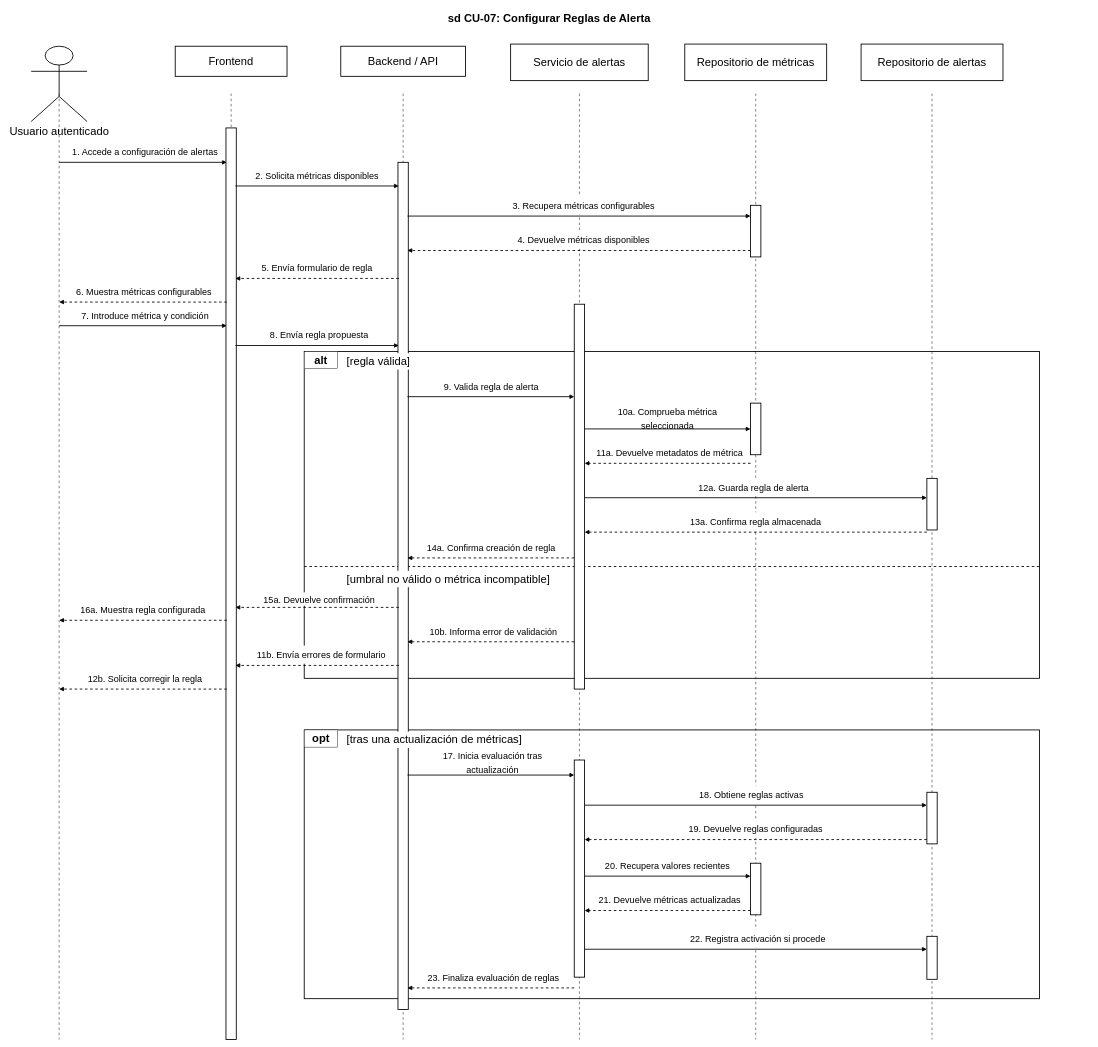
Before: docs/memoria/diagrams/secuencia-cu07-configurar-reglas-alerta.drawio in Bania1/nuvlo-agile-dashboard, a draw.io diagram. Source tidied: cells renumbered, new cells numbered last; positions are measured from the earlier drawing's top-left corner, leaving out a move shared by most shapes. Both pictures are drawn from the tidied source at 43%, with x=0, y=0 at pixel (7, 7).
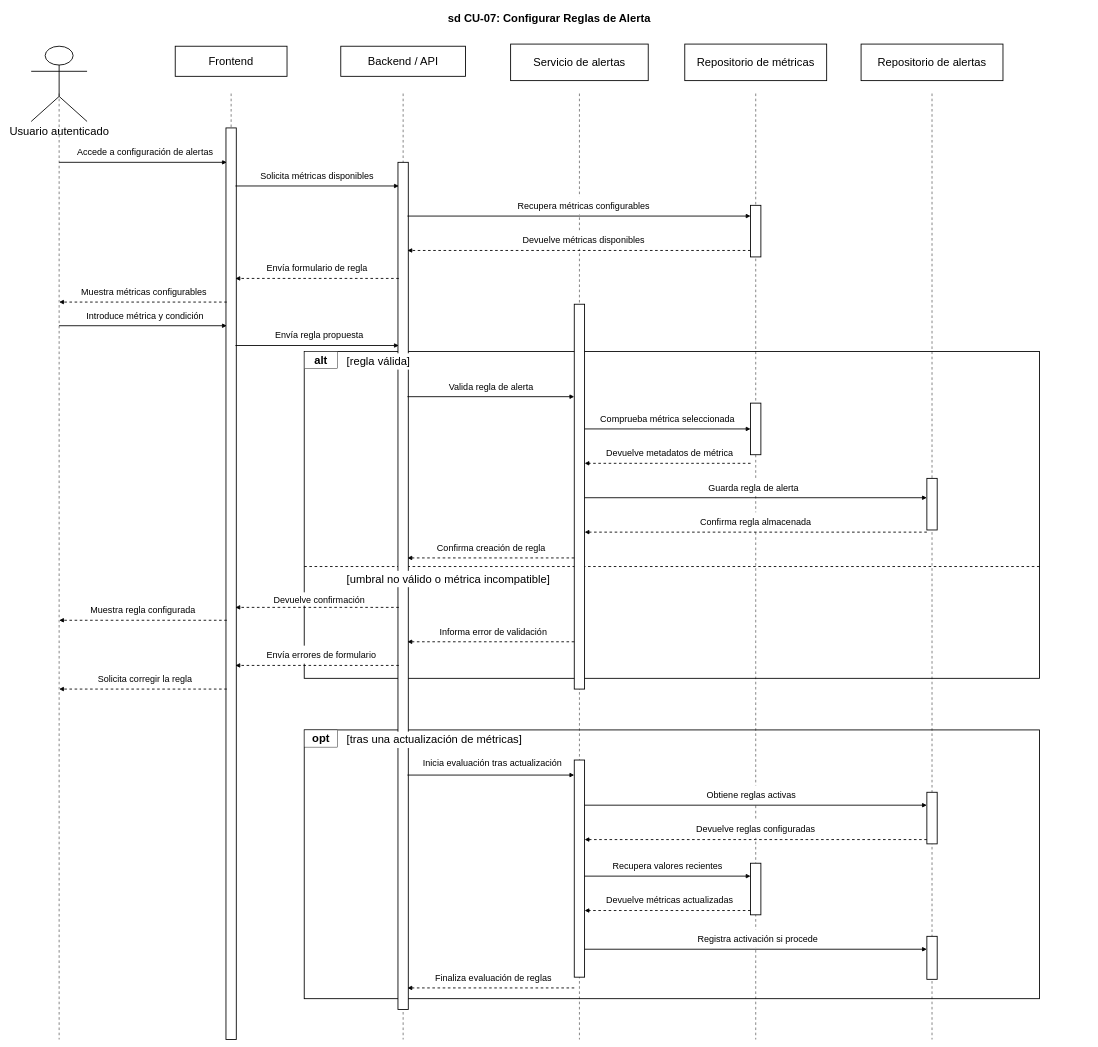
After the change.

Diff of the diagram source:
```diff
@@
-    <mxCell id="31" value="&lt;font style=&quot;font-size: 21px;&quot;&gt;1. Accede a configuración de alertas&lt;/font&gt;" style="text;html=1;strokeColor=none;fillColor=#ffffff;align=center;verticalAlign=middle;whiteSpace=wrap;rounded=0;fontSize=26;fontFamily=Helvetica;fontColor=#000000;spacing=4;" parent="1" vertex="1">
+    <mxCell id="31" value="&lt;font style=&quot;font-size: 21px;&quot;&gt;Accede a configuración de alertas&lt;/font&gt;" style="text;html=1;strokeColor=none;fillColor=#ffffff;align=center;verticalAlign=middle;whiteSpace=wrap;rounded=0;fontSize=26;fontFamily=Helvetica;fontColor=#000000;spacing=4;" parent="1" vertex="1">
       <mxGeometry x="140" y="314" width="360" height="42" as="geometry" />
     </mxCell>
@@
-    <mxCell id="33" value="&lt;font style=&quot;font-size: 21px;&quot;&gt;2. Solicita métricas disponibles&lt;/font&gt;" style="text;html=1;strokeColor=none;fillColor=#ffffff;align=center;verticalAlign=middle;whiteSpace=wrap;rounded=0;fontSize=26;fontFamily=Helvetica;fontColor=#000000;spacing=4;" parent="1" vertex="1">
+    <mxCell id="33" value="&lt;font style=&quot;font-size: 21px;&quot;&gt;Solicita métricas disponibles&lt;/font&gt;" style="text;html=1;strokeColor=none;fillColor=#ffffff;align=center;verticalAlign=middle;whiteSpace=wrap;rounded=0;fontSize=26;fontFamily=Helvetica;fontColor=#000000;spacing=4;" parent="1" vertex="1">
       <mxGeometry x="545" y="369" width="350" height="42" as="geometry" />
     </mxCell>
@@
-    <mxCell id="35" value="&lt;font style=&quot;font-size: 21px;&quot;&gt;3. Recupera métricas configurables&lt;/font&gt;" style="text;html=1;strokeColor=none;fillColor=#ffffff;align=center;verticalAlign=middle;whiteSpace=wrap;rounded=0;fontSize=26;fontFamily=Helvetica;fontColor=#000000;spacing=4;" parent="1" vertex="1">
+    <mxCell id="35" value="&lt;font style=&quot;font-size: 21px;&quot;&gt;Recupera métricas configurables&lt;/font&gt;" style="text;html=1;strokeColor=none;fillColor=#ffffff;align=center;verticalAlign=middle;whiteSpace=wrap;rounded=0;fontSize=26;fontFamily=Helvetica;fontColor=#000000;spacing=4;" parent="1" vertex="1">
       <mxGeometry x="1145" y="439" width="390" height="42" as="geometry" />
     </mxCell>
@@
-    <mxCell id="37" value="&lt;font style=&quot;font-size: 21px;&quot;&gt;4. Devuelve métricas disponibles&lt;/font&gt;" style="text;html=1;strokeColor=none;fillColor=#ffffff;align=center;verticalAlign=middle;whiteSpace=wrap;rounded=0;fontSize=26;fontFamily=Helvetica;fontColor=#000000;spacing=4;" parent="1" vertex="1">
+    <mxCell id="37" value="&lt;font style=&quot;font-size: 21px;&quot;&gt;Devuelve métricas disponibles&lt;/font&gt;" style="text;html=1;strokeColor=none;fillColor=#ffffff;align=center;verticalAlign=middle;whiteSpace=wrap;rounded=0;fontSize=26;fontFamily=Helvetica;fontColor=#000000;spacing=4;" parent="1" vertex="1">
       <mxGeometry x="1145" y="519" width="390" height="42" as="geometry" />
     </mxCell>
@@
-    <mxCell id="39" value="&lt;font style=&quot;font-size: 21px;&quot;&gt;5. Envía formulario de regla&lt;/font&gt;" style="text;html=1;strokeColor=none;fillColor=#ffffff;align=center;verticalAlign=middle;whiteSpace=wrap;rounded=0;fontSize=26;fontFamily=Helvetica;fontColor=#000000;spacing=4;" parent="1" vertex="1">
+    <mxCell id="39" value="&lt;font style=&quot;font-size: 21px;&quot;&gt;Envía formulario de regla&lt;/font&gt;" style="text;html=1;strokeColor=none;fillColor=#ffffff;align=center;verticalAlign=middle;whiteSpace=wrap;rounded=0;fontSize=26;fontFamily=Helvetica;fontColor=#000000;spacing=4;" parent="1" vertex="1">
       <mxGeometry x="555" y="584" width="330" height="42" as="geometry" />
     </mxCell>
@@
-    <mxCell id="41" value="&lt;font style=&quot;font-size: 21px;&quot;&gt;6. Muestra métricas configurables&lt;/font&gt;" style="text;html=1;strokeColor=none;fillColor=#ffffff;align=center;verticalAlign=middle;whiteSpace=wrap;rounded=0;fontSize=26;fontFamily=Helvetica;fontColor=#000000;spacing=4;" parent="1" vertex="1">
+    <mxCell id="41" value="&lt;font style=&quot;font-size: 21px;&quot;&gt;Muestra métricas configurables&lt;/font&gt;" style="text;html=1;strokeColor=none;fillColor=#ffffff;align=center;verticalAlign=middle;whiteSpace=wrap;rounded=0;fontSize=26;fontFamily=Helvetica;fontColor=#000000;spacing=4;" parent="1" vertex="1">
       <mxGeometry x="135" y="639" width="365" height="42" as="geometry" />
     </mxCell>
@@
-    <mxCell id="43" value="&lt;font style=&quot;font-size: 21px;&quot;&gt;7. Introduce métrica y condición&lt;/font&gt;" style="text;html=1;strokeColor=none;fillColor=#ffffff;align=center;verticalAlign=middle;whiteSpace=wrap;rounded=0;fontSize=26;fontFamily=Helvetica;fontColor=#000000;spacing=4;" parent="1" vertex="1">
+    <mxCell id="43" value="&lt;font style=&quot;font-size: 21px;&quot;&gt;Introduce métrica y condición&lt;/font&gt;" style="text;html=1;strokeColor=none;fillColor=#ffffff;align=center;verticalAlign=middle;whiteSpace=wrap;rounded=0;fontSize=26;fontFamily=Helvetica;fontColor=#000000;spacing=4;" parent="1" vertex="1">
       <mxGeometry x="145" y="694" width="350" height="42" as="geometry" />
     </mxCell>
@@
-    <mxCell id="45" value="&lt;font style=&quot;font-size: 21px;&quot;&gt;8. Envía regla propuesta&lt;/font&gt;" style="text;html=1;strokeColor=none;fillColor=#ffffff;align=center;verticalAlign=middle;whiteSpace=wrap;rounded=0;fontSize=26;fontFamily=Helvetica;fontColor=#000000;spacing=4;" parent="1" vertex="1">
+    <mxCell id="45" value="&lt;font style=&quot;font-size: 21px;&quot;&gt;Envía regla propuesta&lt;/font&gt;" style="text;html=1;strokeColor=none;fillColor=#ffffff;align=center;verticalAlign=middle;whiteSpace=wrap;rounded=0;fontSize=26;fontFamily=Helvetica;fontColor=#000000;spacing=4;" parent="1" vertex="1">
       <mxGeometry x="570" y="740" width="310" height="42" as="geometry" />
     </mxCell>
@@
-    <mxCell id="47" value="&lt;font style=&quot;font-size: 21px;&quot;&gt;9. Valida regla de alerta&lt;/font&gt;" style="text;html=1;strokeColor=none;fillColor=#ffffff;align=center;verticalAlign=middle;whiteSpace=wrap;rounded=0;fontSize=26;fontFamily=Helvetica;fontColor=#000000;spacing=4;" parent="1" vertex="1">
+    <mxCell id="47" value="&lt;font style=&quot;font-size: 21px;&quot;&gt;Valida regla de alerta&lt;/font&gt;" style="text;html=1;strokeColor=none;fillColor=#ffffff;align=center;verticalAlign=middle;whiteSpace=wrap;rounded=0;fontSize=26;fontFamily=Helvetica;fontColor=#000000;spacing=4;" parent="1" vertex="1">
       <mxGeometry x="960" y="859" width="330" height="42" as="geometry" />
     </mxCell>
@@
-    <mxCell id="49" value="&lt;font style=&quot;font-size: 21px;&quot;&gt;10a. Comprueba métrica seleccionada&lt;/font&gt;" style="text;html=1;strokeColor=none;fillColor=#ffffff;align=center;verticalAlign=middle;whiteSpace=wrap;rounded=0;fontSize=26;fontFamily=Helvetica;fontColor=#000000;spacing=4;" parent="1" vertex="1">
+    <mxCell id="49" value="&lt;font style=&quot;font-size: 21px;&quot;&gt;Comprueba métrica seleccionada&lt;/font&gt;" style="text;html=1;strokeColor=none;fillColor=#ffffff;align=center;verticalAlign=middle;whiteSpace=wrap;rounded=0;fontSize=26;fontFamily=Helvetica;fontColor=#000000;spacing=4;" parent="1" vertex="1">
       <mxGeometry x="1360" y="934" width="350" height="42" as="geometry" />
     </mxCell>
@@
-    <mxCell id="51" value="&lt;font style=&quot;font-size: 21px;&quot;&gt;11a. Devuelve metadatos de métrica&lt;/font&gt;" style="text;html=1;strokeColor=none;fillColor=#ffffff;align=center;verticalAlign=middle;whiteSpace=wrap;rounded=0;fontSize=26;fontFamily=Helvetica;fontColor=#000000;spacing=4;" parent="1" vertex="1">
+    <mxCell id="51" value="&lt;font style=&quot;font-size: 21px;&quot;&gt;Devuelve metadatos de métrica&lt;/font&gt;" style="text;html=1;strokeColor=none;fillColor=#ffffff;align=center;verticalAlign=middle;whiteSpace=wrap;rounded=0;fontSize=26;fontFamily=Helvetica;fontColor=#000000;spacing=4;" parent="1" vertex="1">
       <mxGeometry x="1360" y="1014" width="360" height="42" as="geometry" />
     </mxCell>
@@
-    <mxCell id="53" value="&lt;font style=&quot;font-size: 21px;&quot;&gt;12a. Guarda regla de alerta&lt;/font&gt;" style="text;html=1;strokeColor=none;fillColor=#ffffff;align=center;verticalAlign=middle;whiteSpace=wrap;rounded=0;fontSize=26;fontFamily=Helvetica;fontColor=#000000;spacing=4;" parent="1" vertex="1">
+    <mxCell id="53" value="&lt;font style=&quot;font-size: 21px;&quot;&gt;Guarda regla de alerta&lt;/font&gt;" style="text;html=1;strokeColor=none;fillColor=#ffffff;align=center;verticalAlign=middle;whiteSpace=wrap;rounded=0;fontSize=26;fontFamily=Helvetica;fontColor=#000000;spacing=4;" parent="1" vertex="1">
       <mxGeometry x="1560" y="1094" width="350" height="42" as="geometry" />
     </mxCell>
@@
-    <mxCell id="55" value="&lt;font style=&quot;font-size: 21px;&quot;&gt;13a. Confirma regla almacenada&lt;/font&gt;" style="text;html=1;strokeColor=none;fillColor=#ffffff;align=center;verticalAlign=middle;whiteSpace=wrap;rounded=0;fontSize=26;fontFamily=Helvetica;fontColor=#000000;spacing=4;" parent="1" vertex="1">
+    <mxCell id="55" value="&lt;font style=&quot;font-size: 21px;&quot;&gt;Confirma regla almacenada&lt;/font&gt;" style="text;html=1;strokeColor=none;fillColor=#ffffff;align=center;verticalAlign=middle;whiteSpace=wrap;rounded=0;fontSize=26;fontFamily=Helvetica;fontColor=#000000;spacing=4;" parent="1" vertex="1">
       <mxGeometry x="1560" y="1174" width="360" height="42" as="geometry" />
     </mxCell>
@@
-    <mxCell id="57" value="&lt;font style=&quot;font-size: 21px;&quot;&gt;14a. Confirma creación de regla&lt;/font&gt;" style="text;html=1;strokeColor=none;fillColor=#ffffff;align=center;verticalAlign=middle;whiteSpace=wrap;rounded=0;fontSize=26;fontFamily=Helvetica;fontColor=#000000;spacing=4;" parent="1" vertex="1">
+    <mxCell id="57" value="&lt;font style=&quot;font-size: 21px;&quot;&gt;Confirma creación de regla&lt;/font&gt;" style="text;html=1;strokeColor=none;fillColor=#ffffff;align=center;verticalAlign=middle;whiteSpace=wrap;rounded=0;fontSize=26;fontFamily=Helvetica;fontColor=#000000;spacing=4;" parent="1" vertex="1">
       <mxGeometry x="950" y="1234" width="350" height="42" as="geometry" />
     </mxCell>
@@
-    <mxCell id="59" value="&lt;font style=&quot;font-size: 21px;&quot;&gt;15a. Devuelve confirmación&lt;/font&gt;" style="text;html=1;strokeColor=none;fillColor=#ffffff;align=center;verticalAlign=middle;whiteSpace=wrap;rounded=0;fontSize=26;fontFamily=Helvetica;fontColor=#000000;spacing=4;" parent="1" vertex="1">
+    <mxCell id="59" value="&lt;font style=&quot;font-size: 21px;&quot;&gt;Devuelve confirmación&lt;/font&gt;" style="text;html=1;strokeColor=none;fillColor=#ffffff;align=center;verticalAlign=middle;whiteSpace=wrap;rounded=0;fontSize=26;fontFamily=Helvetica;fontColor=#000000;spacing=4;" parent="1" vertex="1">
       <mxGeometry x="565" y="1360" width="320" height="31" as="geometry" />
     </mxCell>
@@
-    <mxCell id="61" value="&lt;font style=&quot;font-size: 21px;&quot;&gt;16a. Muestra regla configurada&lt;/font&gt;" style="text;html=1;strokeColor=none;fillColor=#ffffff;align=center;verticalAlign=middle;whiteSpace=wrap;rounded=0;fontSize=26;fontFamily=Helvetica;fontColor=#000000;spacing=4;" parent="1" vertex="1">
+    <mxCell id="61" value="&lt;font style=&quot;font-size: 21px;&quot;&gt;Muestra regla configurada&lt;/font&gt;" style="text;html=1;strokeColor=none;fillColor=#ffffff;align=center;verticalAlign=middle;whiteSpace=wrap;rounded=0;fontSize=26;fontFamily=Helvetica;fontColor=#000000;spacing=4;" parent="1" vertex="1">
       <mxGeometry x="145" y="1379" width="340" height="42" as="geometry" />
     </mxCell>
@@
-    <mxCell id="63" value="&lt;font style=&quot;font-size: 21px;&quot;&gt;10b. Informa error de validación&lt;/font&gt;" style="text;html=1;strokeColor=none;fillColor=#ffffff;align=center;verticalAlign=middle;whiteSpace=wrap;rounded=0;fontSize=26;fontFamily=Helvetica;fontColor=#000000;spacing=4;" parent="1" vertex="1">
+    <mxCell id="63" value="&lt;font style=&quot;font-size: 21px;&quot;&gt;Informa error de validación&lt;/font&gt;" style="text;html=1;strokeColor=none;fillColor=#ffffff;align=center;verticalAlign=middle;whiteSpace=wrap;rounded=0;fontSize=26;fontFamily=Helvetica;fontColor=#000000;spacing=4;" parent="1" vertex="1">
       <mxGeometry x="950" y="1429" width="360" height="42" as="geometry" />
     </mxCell>
@@
-    <mxCell id="65" value="&lt;font style=&quot;font-size: 21px;&quot;&gt;11b. Envía errores de formulario&lt;/font&gt;" style="text;html=1;strokeColor=none;fillColor=#ffffff;align=center;verticalAlign=middle;whiteSpace=wrap;rounded=0;fontSize=26;fontFamily=Helvetica;fontColor=#000000;spacing=4;" parent="1" vertex="1">
+    <mxCell id="65" value="&lt;font style=&quot;font-size: 21px;&quot;&gt;Envía errores de formulario&lt;/font&gt;" style="text;html=1;strokeColor=none;fillColor=#ffffff;align=center;verticalAlign=middle;whiteSpace=wrap;rounded=0;fontSize=26;fontFamily=Helvetica;fontColor=#000000;spacing=4;" parent="1" vertex="1">
       <mxGeometry x="555" y="1484" width="350" height="42" as="geometry" />
     </mxCell>
@@
-    <mxCell id="67" value="&lt;font style=&quot;font-size: 21px;&quot;&gt;12b. Solicita corregir la regla&lt;/font&gt;" style="text;html=1;strokeColor=none;fillColor=#ffffff;align=center;verticalAlign=middle;whiteSpace=wrap;rounded=0;fontSize=26;fontFamily=Helvetica;fontColor=#000000;spacing=4;" parent="1" vertex="1">
+    <mxCell id="67" value="&lt;font style=&quot;font-size: 21px;&quot;&gt;Solicita corregir la regla&lt;/font&gt;" style="text;html=1;strokeColor=none;fillColor=#ffffff;align=center;verticalAlign=middle;whiteSpace=wrap;rounded=0;fontSize=26;fontFamily=Helvetica;fontColor=#000000;spacing=4;" parent="1" vertex="1">
       <mxGeometry x="145" y="1539" width="350" height="42" as="geometry" />
     </mxCell>
@@
-    <mxCell id="69" value="&lt;font style=&quot;font-size: 21px;&quot;&gt;17. Inicia evaluación tras actualización&lt;/font&gt;" style="text;html=1;strokeColor=none;fillColor=#ffffff;align=center;verticalAlign=middle;whiteSpace=wrap;rounded=0;fontSize=26;fontFamily=Helvetica;fontColor=#000000;spacing=4;" parent="1" vertex="1">
+    <mxCell id="69" value="&lt;font style=&quot;font-size: 21px;&quot;&gt;Inicia evaluación tras actualización&lt;/font&gt;" style="text;html=1;strokeColor=none;fillColor=#ffffff;align=center;verticalAlign=middle;whiteSpace=wrap;rounded=0;fontSize=26;fontFamily=Helvetica;fontColor=#000000;spacing=4;" parent="1" vertex="1">
       <mxGeometry x="948" y="1735" width="360" height="42" as="geometry" />
     </mxCell>
@@
-    <mxCell id="71" value="&lt;font style=&quot;font-size: 21px;&quot;&gt;18. Obtiene reglas activas&lt;/font&gt;" style="text;html=1;strokeColor=none;fillColor=#ffffff;align=center;verticalAlign=middle;whiteSpace=wrap;rounded=0;fontSize=26;fontFamily=Helvetica;fontColor=#000000;spacing=4;" parent="1" vertex="1">
+    <mxCell id="71" value="&lt;font style=&quot;font-size: 21px;&quot;&gt;Obtiene reglas activas&lt;/font&gt;" style="text;html=1;strokeColor=none;fillColor=#ffffff;align=center;verticalAlign=middle;whiteSpace=wrap;rounded=0;fontSize=26;fontFamily=Helvetica;fontColor=#000000;spacing=4;" parent="1" vertex="1">
       <mxGeometry x="1565" y="1809" width="330" height="42" as="geometry" />
     </mxCell>
@@
-    <mxCell id="73" value="&lt;font style=&quot;font-size: 21px;&quot;&gt;19. Devuelve reglas configuradas&lt;/font&gt;" style="text;html=1;strokeColor=none;fillColor=#ffffff;align=center;verticalAlign=middle;whiteSpace=wrap;rounded=0;fontSize=26;fontFamily=Helvetica;fontColor=#000000;spacing=4;" parent="1" vertex="1">
+    <mxCell id="73" value="&lt;font style=&quot;font-size: 21px;&quot;&gt;Devuelve reglas configuradas&lt;/font&gt;" style="text;html=1;strokeColor=none;fillColor=#ffffff;align=center;verticalAlign=middle;whiteSpace=wrap;rounded=0;fontSize=26;fontFamily=Helvetica;fontColor=#000000;spacing=4;" parent="1" vertex="1">
       <mxGeometry x="1560" y="1889" width="360" height="42" as="geometry" />
     </mxCell>
@@
-    <mxCell id="75" value="&lt;font style=&quot;font-size: 21px;&quot;&gt;20. Recupera valores recientes&lt;/font&gt;" style="text;html=1;strokeColor=none;fillColor=#ffffff;align=center;verticalAlign=middle;whiteSpace=wrap;rounded=0;fontSize=26;fontFamily=Helvetica;fontColor=#000000;spacing=4;" parent="1" vertex="1">
+    <mxCell id="75" value="&lt;font style=&quot;font-size: 21px;&quot;&gt;Recupera valores recientes&lt;/font&gt;" style="text;html=1;strokeColor=none;fillColor=#ffffff;align=center;verticalAlign=middle;whiteSpace=wrap;rounded=0;fontSize=26;fontFamily=Helvetica;fontColor=#000000;spacing=4;" parent="1" vertex="1">
       <mxGeometry x="1370" y="1974" width="330" height="42" as="geometry" />
     </mxCell>
@@
-    <mxCell id="77" value="&lt;font style=&quot;font-size: 21px;&quot;&gt;21. Devuelve métricas actualizadas&lt;/font&gt;" style="text;html=1;strokeColor=none;fillColor=#ffffff;align=center;verticalAlign=middle;whiteSpace=wrap;rounded=0;fontSize=26;fontFamily=Helvetica;fontColor=#000000;spacing=4;" parent="1" vertex="1">
+    <mxCell id="77" value="&lt;font style=&quot;font-size: 21px;&quot;&gt;Devuelve métricas actualizadas&lt;/font&gt;" style="text;html=1;strokeColor=none;fillColor=#ffffff;align=center;verticalAlign=middle;whiteSpace=wrap;rounded=0;fontSize=26;fontFamily=Helvetica;fontColor=#000000;spacing=4;" parent="1" vertex="1">
       <mxGeometry x="1360" y="2054" width="360" height="42" as="geometry" />
     </mxCell>
@@
-    <mxCell id="79" value="&lt;font style=&quot;font-size: 21px;&quot;&gt;22. Registra activación si procede&lt;/font&gt;" style="text;html=1;strokeColor=none;fillColor=#ffffff;align=center;verticalAlign=middle;whiteSpace=wrap;rounded=0;fontSize=26;fontFamily=Helvetica;fontColor=#000000;spacing=4;" parent="1" vertex="1">
+    <mxCell id="79" value="&lt;font style=&quot;font-size: 21px;&quot;&gt;Registra activación si procede&lt;/font&gt;" style="text;html=1;strokeColor=none;fillColor=#ffffff;align=center;verticalAlign=middle;whiteSpace=wrap;rounded=0;fontSize=26;fontFamily=Helvetica;fontColor=#000000;spacing=4;" parent="1" vertex="1">
       <mxGeometry x="1560" y="2144" width="370" height="42" as="geometry" />
     </mxCell>
@@
-    <mxCell id="81" value="&lt;font style=&quot;font-size: 21px;&quot;&gt;23. Finaliza evaluación de reglas&lt;/font&gt;" style="text;html=1;strokeColor=none;fillColor=#ffffff;align=center;verticalAlign=middle;whiteSpace=wrap;rounded=0;fontSize=26;fontFamily=Helvetica;fontColor=#000000;spacing=4;" parent="1" vertex="1">
+    <mxCell id="81" value="&lt;font style=&quot;font-size: 21px;&quot;&gt;Finaliza evaluación de reglas&lt;/font&gt;" style="text;html=1;strokeColor=none;fillColor=#ffffff;align=center;verticalAlign=middle;whiteSpace=wrap;rounded=0;fontSize=26;fontFamily=Helvetica;fontColor=#000000;spacing=4;" parent="1" vertex="1">
       <mxGeometry x="950" y="2234" width="360" height="42" as="geometry" />
     </mxCell>
```
